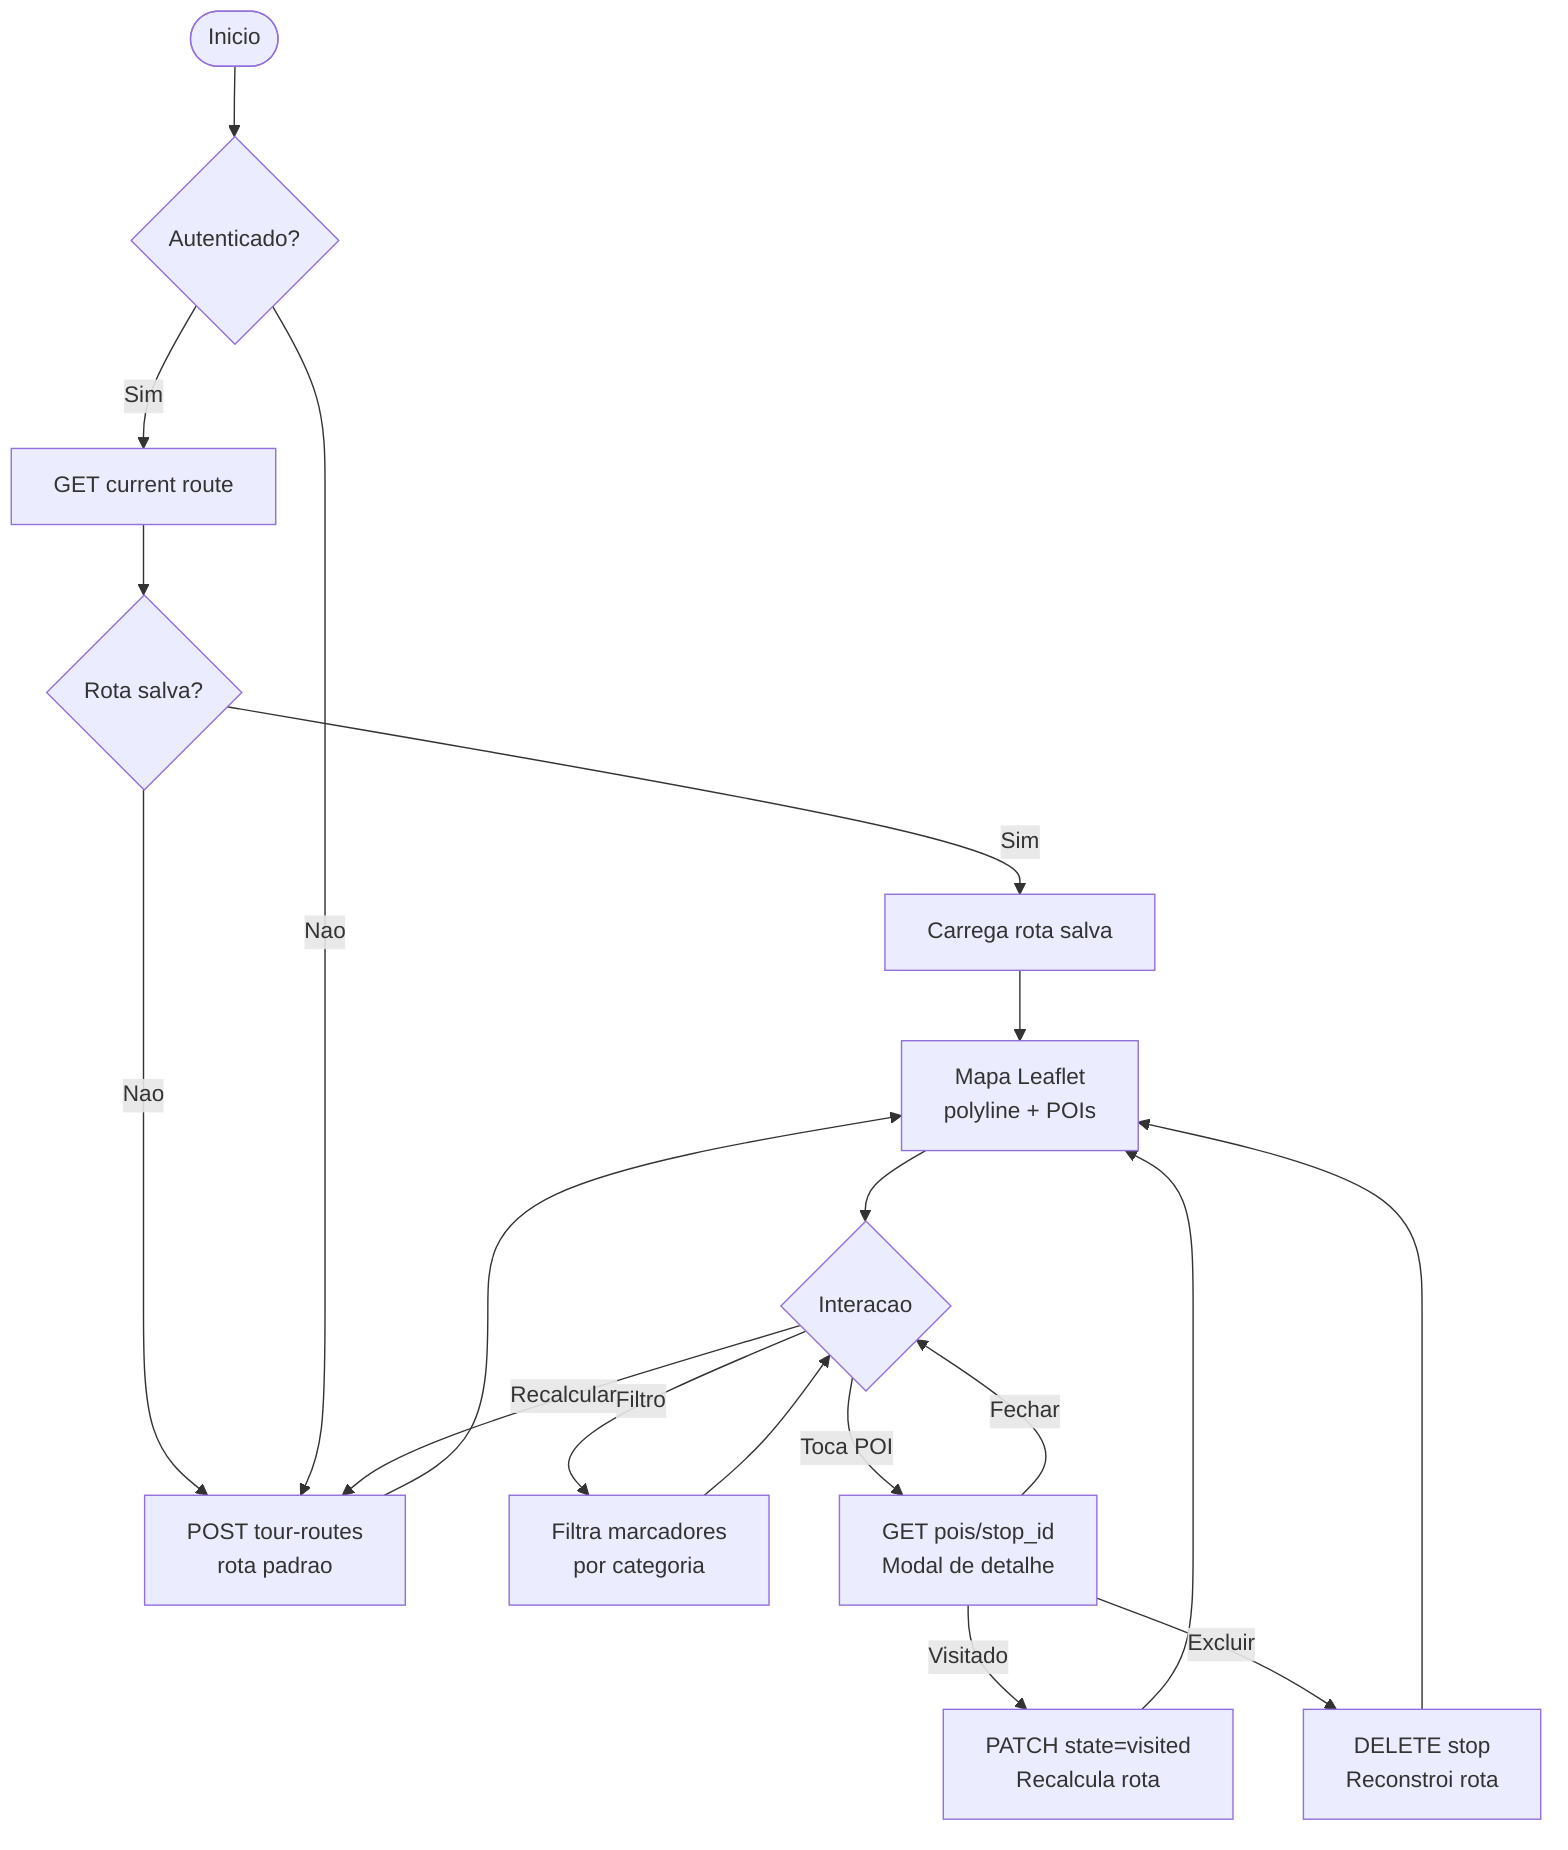
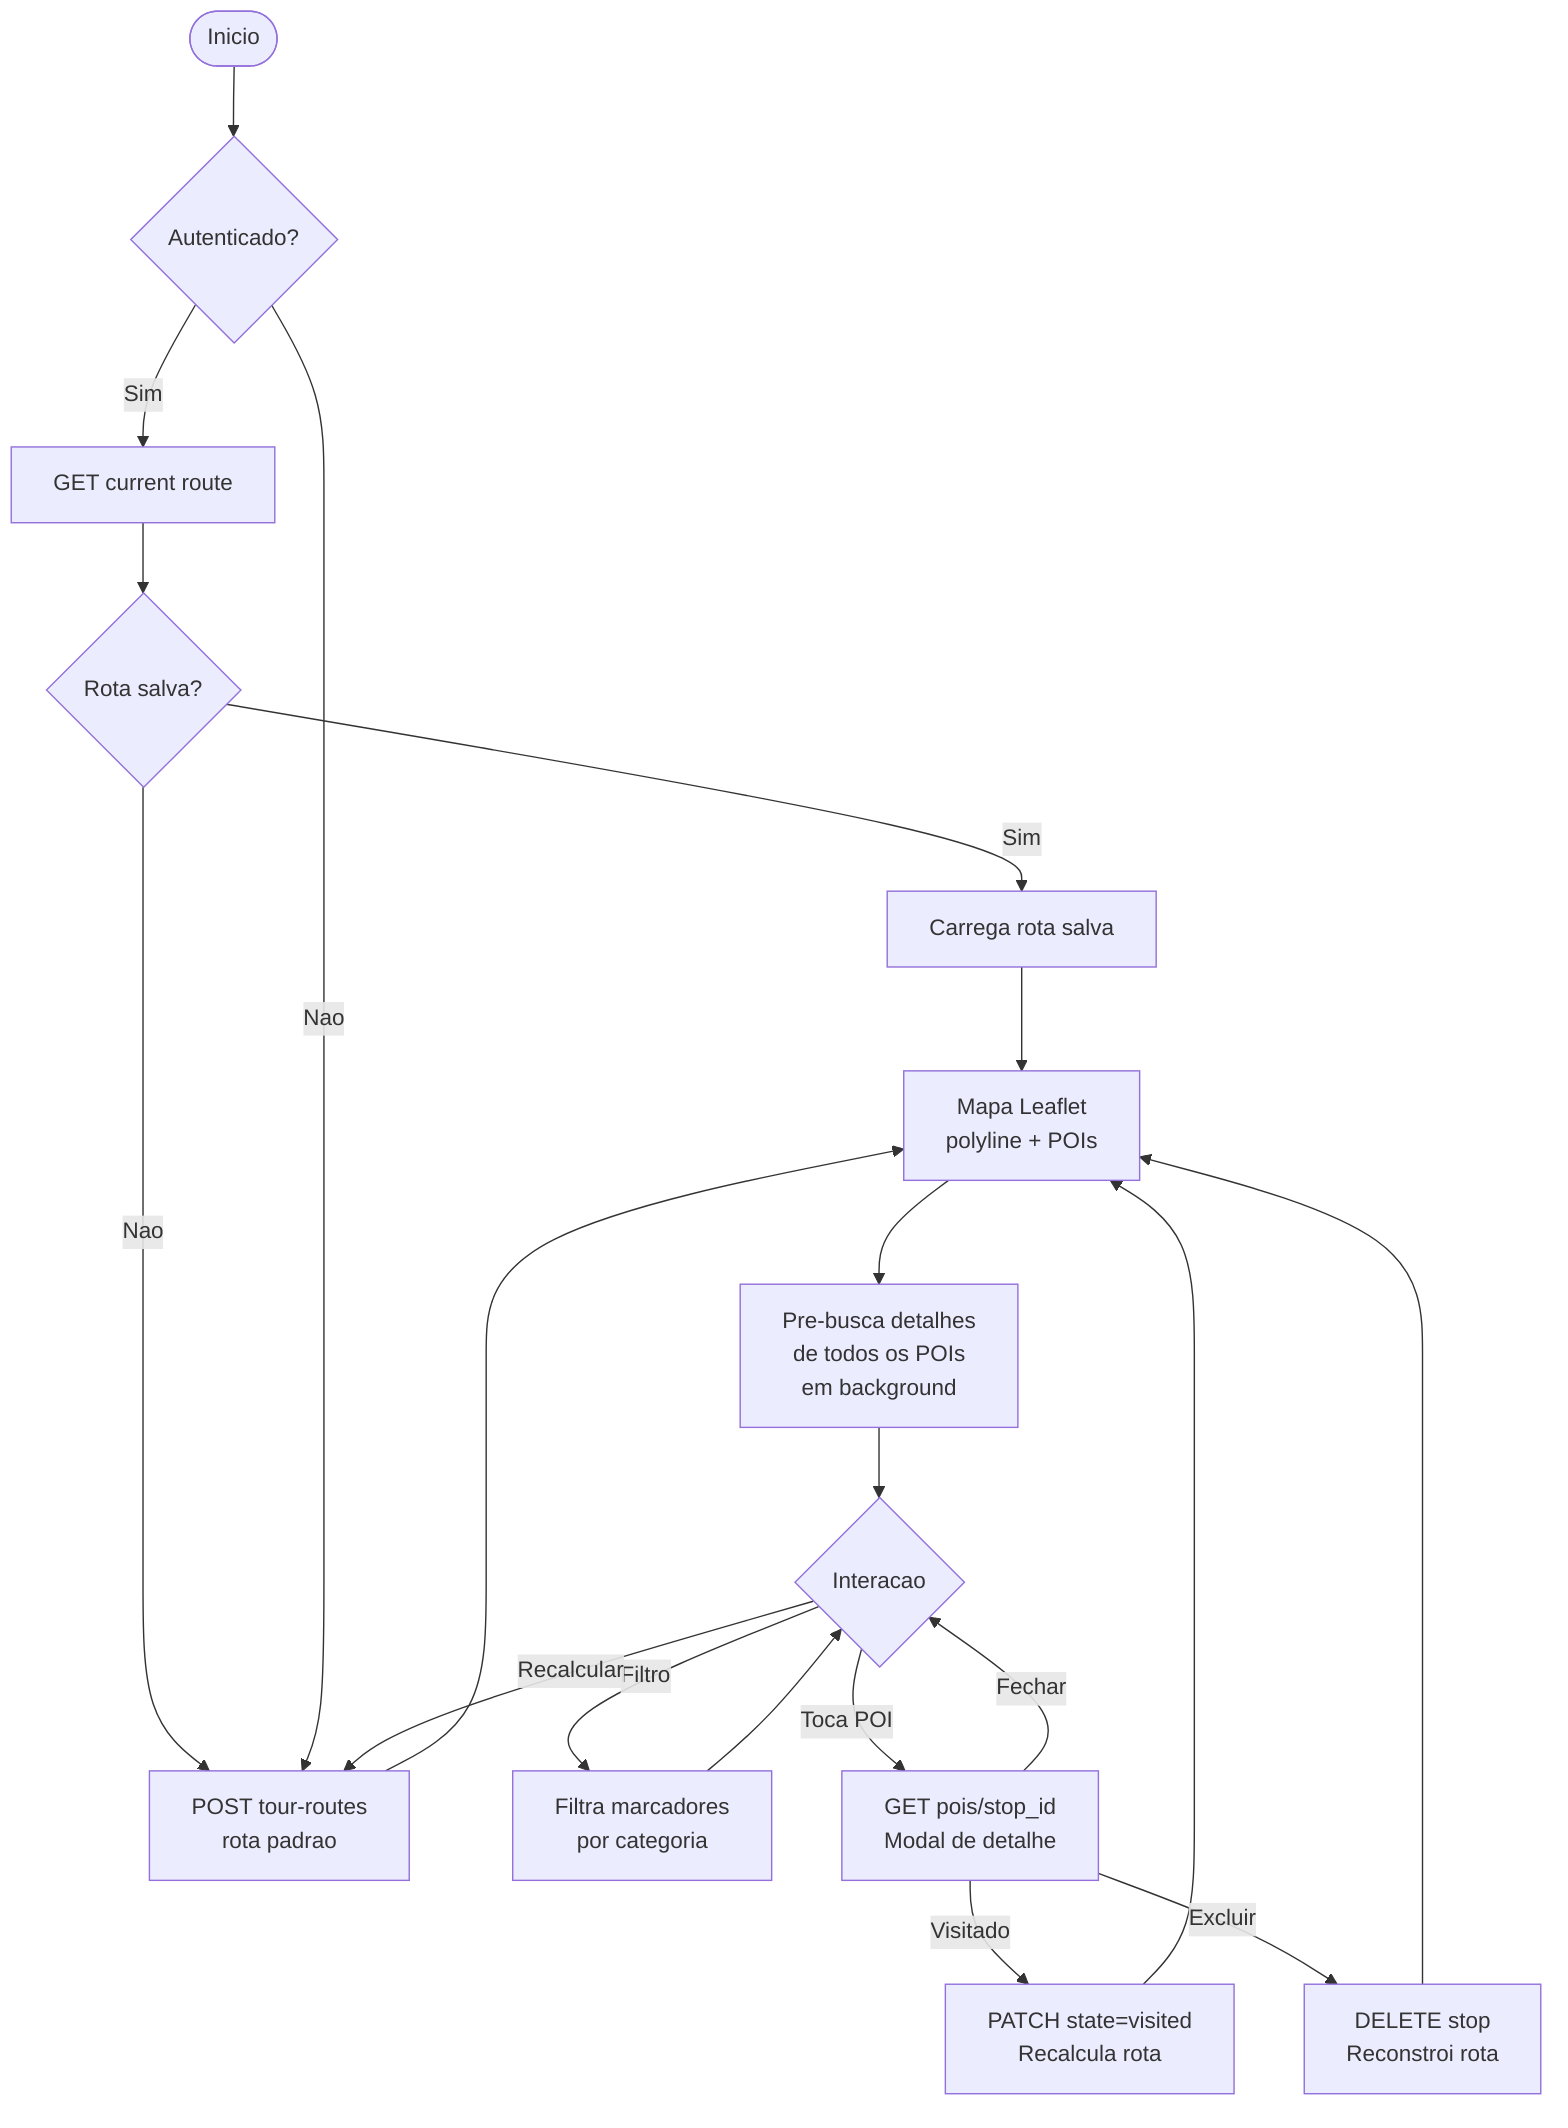
flowchart TD
    Start([Inicio]) --> AuthCheck{Autenticado?}

    AuthCheck -->|Sim| TryCurrent[GET current route]
    TryCurrent --> Found{Rota salva?}
    Found -->|Sim| ShowRoute[Carrega rota salva]
    Found -->|Nao| GenRoute[POST tour-routes\nrota padrao]

    AuthCheck -->|Nao| GenRoute

    ShowRoute --> Map[Mapa Leaflet\npolyline + POIs]
    GenRoute --> Map

-     Map --> Idle{Interacao}
+     Map --> Prefetch[Pre-busca detalhes\nde todos os POIs\nem background]
+     Prefetch --> Idle{Interacao}

    Idle -->|Filtro| Filter[Filtra marcadores\npor categoria]
    Filter --> Idle

    Idle -->|Toca POI| Detail[GET pois/stop_id\nModal de detalhe]

    Detail -->|Visitado| Patch[PATCH state=visited\nRecalcula rota]
    Patch --> Map

    Detail -->|Excluir| Delete[DELETE stop\nReconstroi rota]
    Delete --> Map

    Detail -->|Fechar| Idle

    Idle -->|Recalcular| GenRoute
